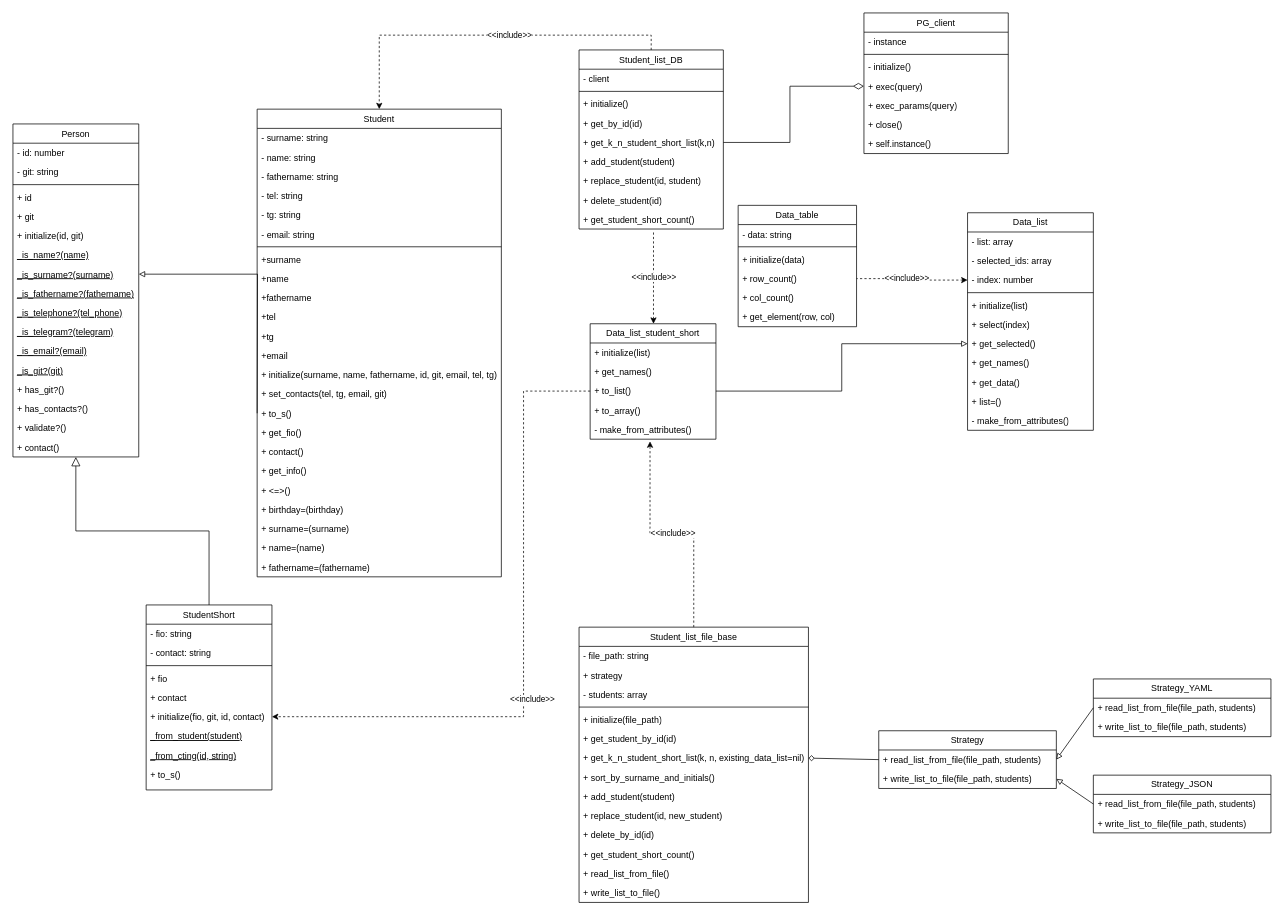
The draw.io diagram Lab_Students/Resourses/Diagrams/Class Diagram.drawio in lububuska/design_patterns, before the edit. Source tidied: cells renumbered, new cells numbered last; positions are measured from the earlier drawing's top-left corner, leaving out a move shared by most shapes. Both pictures are drawn from the tidied source at 74%, with x=0, y=0 at pixel (13, 13).
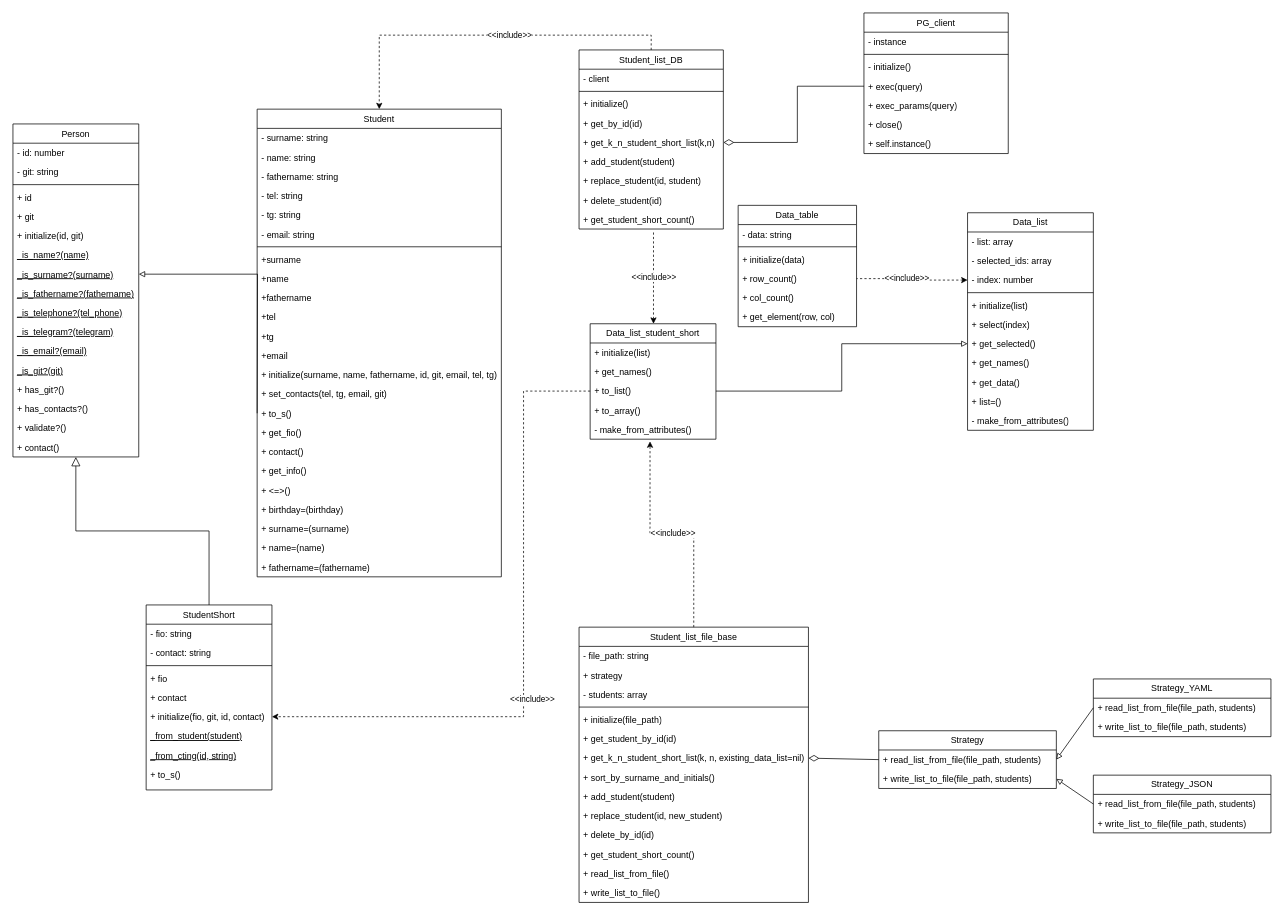
The same diagram, later.

The change refers to these unchanged cells:
```xml
<mxCell id="95" value="+ get_k_n_student_short_list(k, n, existing_data_list=nil)" style="text;strokeColor=none;fillColor=none;align=left;verticalAlign=top;spacingLeft=4;spacingRight=4;overflow=hidden;points=[[0,0.5],[1,0.5]];portConstraint=eastwest;whiteSpace=wrap;html=1;" parent="88" vertex="1">
  <mxGeometry y="164" width="310" height="26" as="geometry" />
</mxCell>
<mxCell id="110" value="+ read_list_from_file(file_path, students)" style="text;strokeColor=none;fillColor=none;align=left;verticalAlign=top;spacingLeft=4;spacingRight=4;overflow=hidden;points=[[0,0.5],[1,0.5]];portConstraint=eastwest;whiteSpace=wrap;html=1;" parent="109" vertex="1">
  <mxGeometry y="26" width="240" height="26" as="geometry" />
</mxCell>
<mxCell id="122" value="+ get_k_n_student_short_list(k,n)" style="text;strokeColor=none;fillColor=none;align=left;verticalAlign=top;spacingLeft=4;spacingRight=4;overflow=hidden;points=[[0,0.5],[1,0.5]];portConstraint=eastwest;whiteSpace=wrap;html=1;" parent="117" vertex="1">
  <mxGeometry y="112" width="195" height="26" as="geometry" />
</mxCell>
<mxCell id="132" value="+ exec(query)" style="text;strokeColor=none;fillColor=none;align=left;verticalAlign=top;spacingLeft=4;spacingRight=4;overflow=hidden;points=[[0,0.5],[1,0.5]];portConstraint=eastwest;whiteSpace=wrap;html=1;" parent="128" vertex="1">
  <mxGeometry y="86" width="195" height="26" as="geometry" />
</mxCell>
```

The edit, as a diff of the source:
```diff
@@
-    <mxCell id="114" style="rounded=0;jettySize=auto;html=1;exitX=0;exitY=0.5;exitDx=0;exitDy=0;entryX=1;entryY=0.5;entryDx=0;entryDy=0;endArrow=diamond;endFill=0;" parent="1" edge="1" source="110" target="95">
+    <mxCell id="114" style="rounded=0;jettySize=auto;html=1;exitX=0;exitY=0.5;exitDx=0;exitDy=0;entryX=1;entryY=0.5;entryDx=0;entryDy=0;endArrow=diamondThin;endFill=0;startSize=6;startArrow=none;startFill=0;endSize=12;" parent="1" edge="1" source="110" target="95">
       <mxGeometry relative="1" as="geometry" />
     </mxCell>
@@
-    <mxCell id="136" style="edgeStyle=orthogonalEdgeStyle;rounded=0;jettySize=auto;html=1;exitX=1;exitY=0.5;exitDx=0;exitDy=0;entryX=0;entryY=0.5;entryDx=0;entryDy=0;fontFamily=Helvetica;fontSize=12;fontColor=default;endArrow=diamondThin;endFill=0;endSize=12;" parent="1" edge="1" source="122" target="132">
+    <mxCell id="136" style="edgeStyle=orthogonalEdgeStyle;rounded=0;jettySize=auto;html=1;exitX=1;exitY=0.5;exitDx=0;exitDy=0;entryX=0;entryY=0.5;entryDx=0;entryDy=0;fontFamily=Helvetica;fontSize=12;fontColor=default;endArrow=none;endFill=0;endSize=6;startArrow=diamondThin;startFill=0;startSize=12;" parent="1" edge="1" source="122" target="132">
       <mxGeometry relative="1" as="geometry" />
     </mxCell>
```
